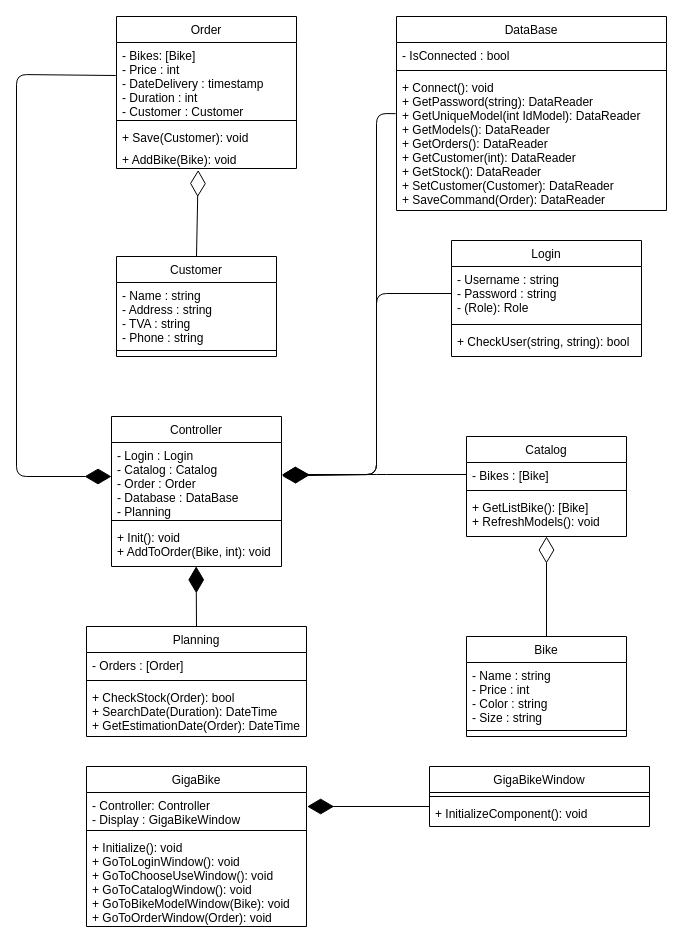
Earlier version of the draw.io diagram Diagrams/ClassDiagram.drawio (alex210501/GigaBike). Source tidied: cells renumbered, new cells numbered last; positions are measured from the earlier drawing's top-left corner, leaving out a move shared by most shapes. Both pictures are drawn from the tidied source at 100%, with x=0, y=0 at pixel (16, 16).
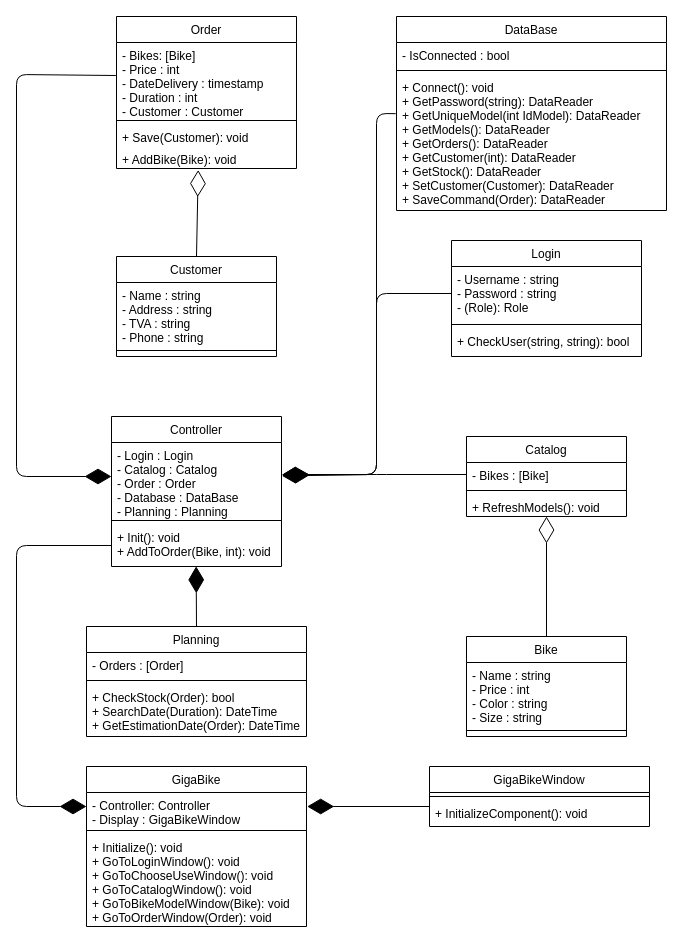
The same page after the edit.

Commit message (it also covers changes not shown here):
Change GigaBike class to GigaBikeSolution

The change refers to these unchanged cells:
```xml
<mxCell id="26" value="Controller" style="swimlane;fontStyle=0;align=center;verticalAlign=top;horizontal=1;startSize=26;rounded=0;shadow=0;strokeWidth=1;" parent="1" vertex="1">
  <mxGeometry x="95" y="400" width="170" height="150" as="geometry" />
</mxCell>
<mxCell id="29" value="+ Init(): void&#10;+ AddToOrder(Bike, int): void" style="text;align=left;verticalAlign=top;spacingLeft=4;spacingRight=4;overflow=hidden;points=[[0,0.5],[1,0.5]];portConstraint=eastwest;" parent="26" vertex="1">
  <mxGeometry y="108" width="170" height="42" as="geometry" />
</mxCell>
```

Diff of the diagram source:
```diff
@@
     <mxCell id="19" value="Catalog" style="swimlane;fontStyle=0;align=center;verticalAlign=top;horizontal=1;startSize=26;rounded=0;shadow=0;strokeWidth=1;" parent="1" vertex="1">
-      <mxGeometry x="450" y="420" width="160" height="100" as="geometry" />
+      <mxGeometry x="450" y="420" width="160" height="80" as="geometry" />
     </mxCell>
@@
-    <mxCell id="22" value="+ GetListBike(): [Bike]&#10;+ RefreshModels(): void" style="text;align=left;verticalAlign=top;spacingLeft=4;spacingRight=4;overflow=hidden;" parent="19" vertex="1">
-      <mxGeometry y="58" width="160" height="42" as="geometry" />
+    <mxCell id="22" value="+ RefreshModels(): void" style="text;align=left;verticalAlign=top;spacingLeft=4;spacingRight=4;overflow=hidden;" parent="19" vertex="1">
+      <mxGeometry y="58" width="160" height="22" as="geometry" />
     </mxCell>
@@
-    <mxCell id="27" value="- Login : Login&#10;- Catalog : Catalog&#10;- Order : Order&#10;- Database : DataBase&#10;- Planning" style="text;align=left;verticalAlign=top;spacingLeft=4;spacingRight=4;overflow=hidden;points=[[0,0.5],[1,0.5]];portConstraint=eastwest;" parent="26" vertex="1">
+    <mxCell id="27" value="- Login : Login&#10;- Catalog : Catalog&#10;- Order : Order&#10;- Database : DataBase&#10;- Planning : Planning" style="text;align=left;verticalAlign=top;spacingLeft=4;spacingRight=4;overflow=hidden;points=[[0,0.5],[1,0.5]];portConstraint=eastwest;" parent="26" vertex="1">
       <mxGeometry y="26" width="170" height="74" as="geometry" />
     </mxCell>
@@
+    <mxCell id="48" style="endArrow=diamondThin;endFill=1;endSize=24;html=1;exitX=0;exitY=0.5;exitDx=0;exitDy=0;" parent="1" edge="1" source="29">
+      <mxGeometry relative="1" as="geometry">
+        <mxPoint x="70" y="790" as="targetPoint" />
+        <Array as="points">
+          <mxPoint y="529" />
+          <mxPoint y="790" />
+        </Array>
+      </mxGeometry>
+    </mxCell>
```
